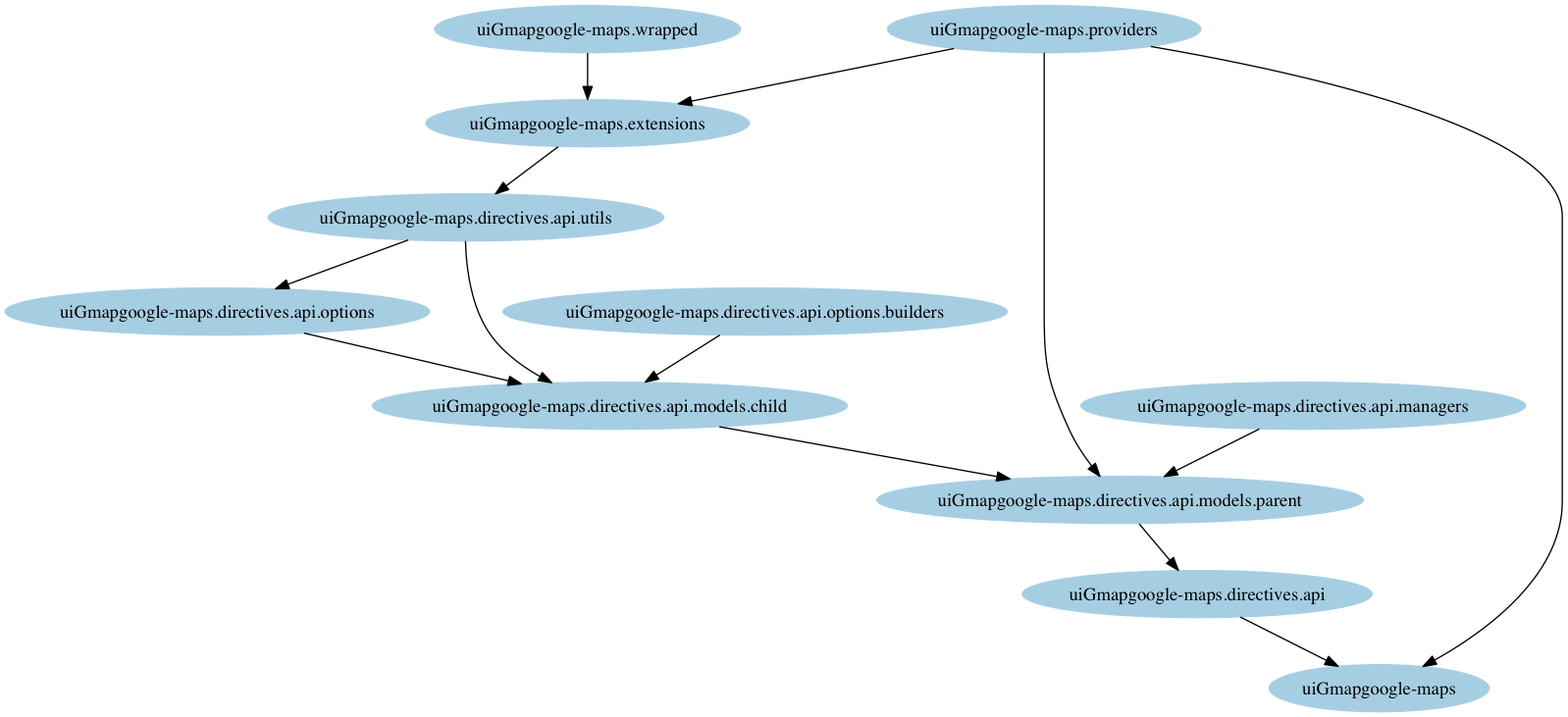
The Graphviz diagram www/lib/angular-google-maps/dist/architecture/png/modules.png in RLisov/toRest, before a commit. Its source is kept beside it as www/lib/angular-google-maps/dist/architecture/dot/modules.dot. Its diagram source:
```dot
digraph dependencies {
  node[shape="ellipse",style="filled",colorscheme=paired12]


    "uiGmapgoogle-maps.providers"[label="uiGmapgoogle-maps.providers", color=1]

    "uiGmapgoogle-maps.wrapped"[label="uiGmapgoogle-maps.wrapped", color=1]

    "uiGmapgoogle-maps.extensions"[label="uiGmapgoogle-maps.extensions", color=1]

    "uiGmapgoogle-maps.directives.api.utils"[label="uiGmapgoogle-maps.directives.api.utils", color=1]

    "uiGmapgoogle-maps.directives.api.managers"[label="uiGmapgoogle-maps.directives.api.managers", color=1]

    "uiGmapgoogle-maps.directives.api.options"[label="uiGmapgoogle-maps.directives.api.options", color=1]

    "uiGmapgoogle-maps.directives.api.options.builders"[label="uiGmapgoogle-maps.directives.api.options.builders", color=1]

    "uiGmapgoogle-maps.directives.api.models.child"[label="uiGmapgoogle-maps.directives.api.models.child", color=1]

    "uiGmapgoogle-maps.directives.api.models.parent"[label="uiGmapgoogle-maps.directives.api.models.parent", color=1]

    "uiGmapgoogle-maps.directives.api"[label="uiGmapgoogle-maps.directives.api", color=1]

    "uiGmapgoogle-maps"[label="uiGmapgoogle-maps", color=1]


  node[shape="ellipse",style="filled",color=2]






      "uiGmapgoogle-maps.wrapped" -> "uiGmapgoogle-maps.extensions"

      "uiGmapgoogle-maps.providers" -> "uiGmapgoogle-maps.extensions"



      "uiGmapgoogle-maps.extensions" -> "uiGmapgoogle-maps.directives.api.utils"





      "uiGmapgoogle-maps.directives.api.utils" -> "uiGmapgoogle-maps.directives.api.options"





      "uiGmapgoogle-maps.directives.api.utils" -> "uiGmapgoogle-maps.directives.api.models.child"

      "uiGmapgoogle-maps.directives.api.options" -> "uiGmapgoogle-maps.directives.api.models.child"

      "uiGmapgoogle-maps.directives.api.options.builders" -> "uiGmapgoogle-maps.directives.api.models.child"



      "uiGmapgoogle-maps.directives.api.managers" -> "uiGmapgoogle-maps.directives.api.models.parent"

      "uiGmapgoogle-maps.directives.api.models.child" -> "uiGmapgoogle-maps.directives.api.models.parent"

      "uiGmapgoogle-maps.providers" -> "uiGmapgoogle-maps.directives.api.models.parent"



      "uiGmapgoogle-maps.directives.api.models.parent" -> "uiGmapgoogle-maps.directives.api"



      "uiGmapgoogle-maps.directives.api" -> "uiGmapgoogle-maps"

      "uiGmapgoogle-maps.providers" -> "uiGmapgoogle-maps"


}
```
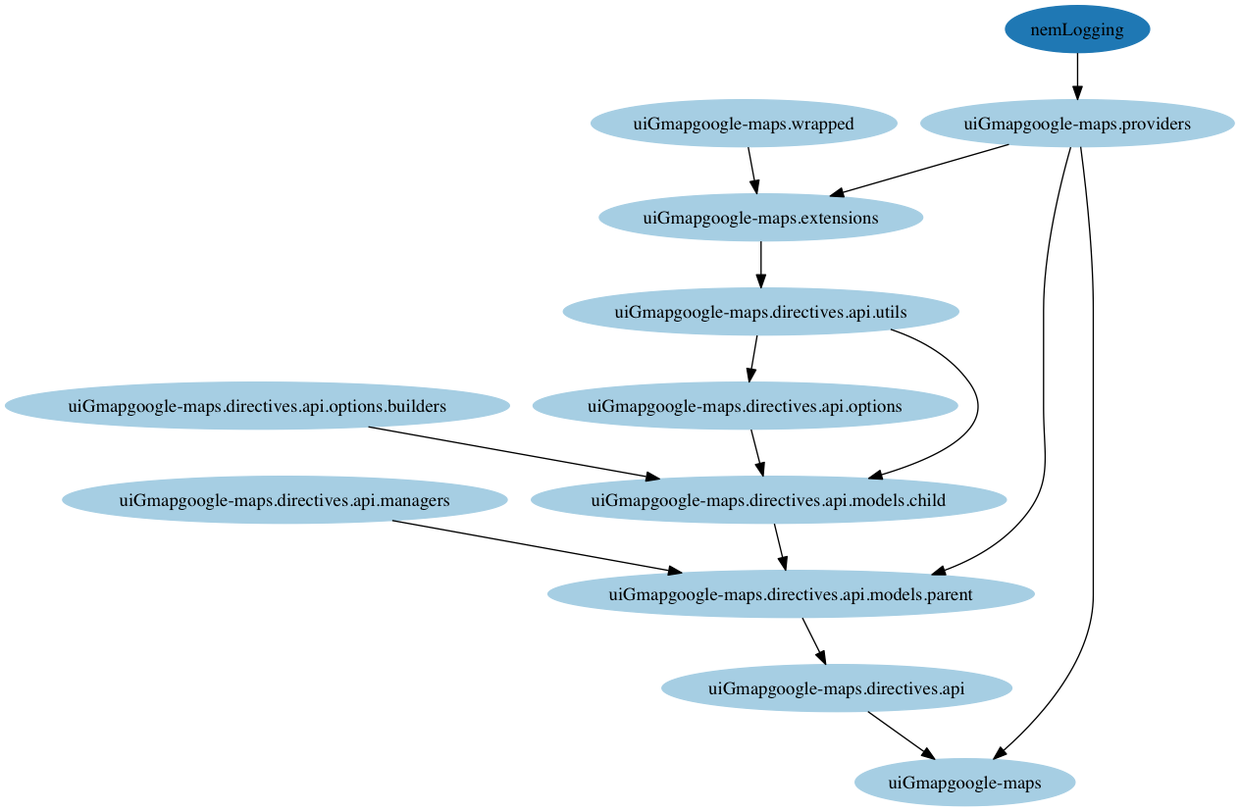
After the change.

The edit, as a diff of the source:
```diff
@@ -27,6 +27,8 @@
 
   node[shape="ellipse",style="filled",color=2]
 
+
+      "nemLogging" -> "uiGmapgoogle-maps.providers"
 
 
 
```
